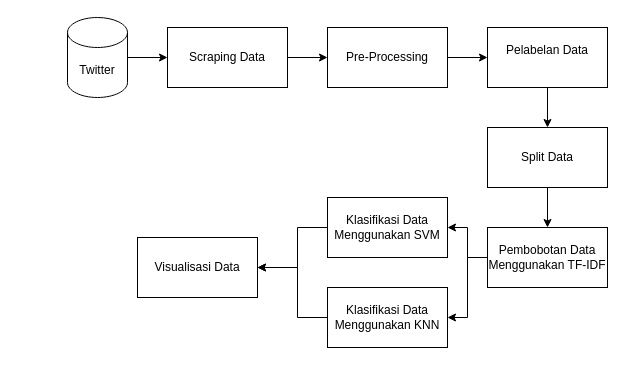
Before: page "Flowchart-Klasifikasi" (3 of 3) of File/Flowchart-Skripsi.drawio in ANZ007/skripsi, a draw.io diagram. Source tidied: cells renumbered, new cells numbered last; positions are measured from the earlier drawing's top-left corner, leaving out a move shared by most shapes. Both pictures are drawn from the tidied source at 100%, with x=0, y=0 at pixel (67, 17).
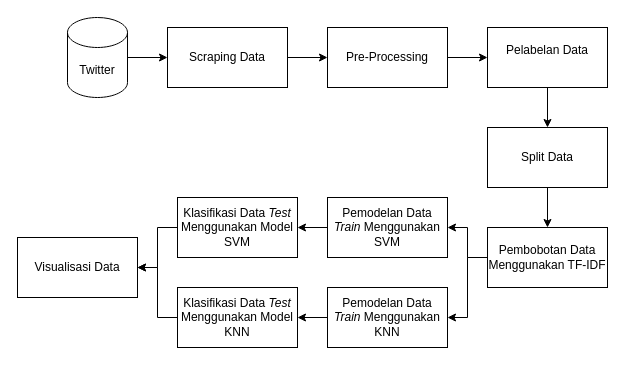
The same diagram, later.

Diff of the diagram source:
```diff
@@
     <mxCell id="13" value="Visualisasi Data" style="whiteSpace=wrap;html=1;fillColor=none;rounded=0;glass=0;gradientColor=none;" parent="1" vertex="1">
-      <mxGeometry x="70" y="220" width="120" height="60" as="geometry" />
+      <mxGeometry x="-50" y="220" width="120" height="60" as="geometry" />
     </mxCell>
-    <mxCell id="14" style="edgeStyle=orthogonalEdgeStyle;rounded=0;jettySize=auto;html=1;exitX=0;exitY=0.5;exitDx=0;exitDy=0;entryX=1;entryY=0.5;entryDx=0;entryDy=0;" parent="1" edge="1" source="15" target="13">
-      <mxGeometry relative="1" as="geometry">
-        <Array as="points">
-          <mxPoint x="230" y="210" />
-          <mxPoint x="230" y="250" />
-        </Array>
-      </mxGeometry>
-    </mxCell>
+    <mxCell id="20" style="edgeStyle=orthogonalEdgeStyle;rounded=0;jettySize=auto;html=1;" parent="1" edge="1" source="15" target="23">
+      <mxGeometry relative="1" as="geometry" />
+    </mxCell>
-    <mxCell id="15" value="Klasifikasi Data Menggunakan SVM" style="whiteSpace=wrap;html=1;fillColor=none;rounded=0;glass=0;gradientColor=none;" parent="1" vertex="1">
+    <mxCell id="15" value="Pemodelan Data &lt;i&gt;Train&lt;/i&gt; Menggunakan SVM" style="whiteSpace=wrap;html=1;fillColor=none;rounded=0;glass=0;gradientColor=none;" parent="1" vertex="1">
       <mxGeometry x="260" y="180" width="120" height="60" as="geometry" />
     </mxCell>
-    <mxCell id="16" style="edgeStyle=orthogonalEdgeStyle;rounded=0;jettySize=auto;html=1;" parent="1" edge="1" source="17">
-      <mxGeometry relative="1" as="geometry">
-        <mxPoint x="190" y="250" as="targetPoint" />
-        <Array as="points">
-          <mxPoint x="230" y="300" />
-          <mxPoint x="230" y="250" />
-        </Array>
-      </mxGeometry>
-    </mxCell>
+    <mxCell id="21" style="edgeStyle=orthogonalEdgeStyle;rounded=0;jettySize=auto;html=1;" parent="1" edge="1" source="17" target="25">
+      <mxGeometry relative="1" as="geometry" />
+    </mxCell>
-    <mxCell id="17" value="Klasifikasi Data Menggunakan KNN" style="whiteSpace=wrap;html=1;fillColor=none;rounded=0;glass=0;gradientColor=none;" parent="1" vertex="1">
+    <mxCell id="17" value="Pemodelan Data &lt;i&gt;Train&lt;/i&gt; Menggunakan KNN" style="whiteSpace=wrap;html=1;fillColor=none;rounded=0;glass=0;gradientColor=none;" parent="1" vertex="1">
       <mxGeometry x="260" y="270" width="120" height="60" as="geometry" />
     </mxCell>
@@
+    <mxCell id="22" style="edgeStyle=orthogonalEdgeStyle;rounded=0;jettySize=auto;html=1;entryX=1;entryY=0.5;entryDx=0;entryDy=0;" parent="1" edge="1" source="23" target="13">
+      <mxGeometry relative="1" as="geometry" />
+    </mxCell>
+    <mxCell id="23" value="Klasifikasi Data &lt;i&gt;Test&lt;/i&gt; Menggunakan Model SVM" style="whiteSpace=wrap;html=1;fillColor=none;rounded=0;glass=0;gradientColor=none;" parent="1" vertex="1">
+      <mxGeometry x="110" y="180" width="120" height="60" as="geometry" />
+    </mxCell>
+    <mxCell id="24" style="edgeStyle=orthogonalEdgeStyle;rounded=0;jettySize=auto;html=1;entryX=1;entryY=0.5;entryDx=0;entryDy=0;" parent="1" edge="1" source="25" target="13">
+      <mxGeometry relative="1" as="geometry" />
+    </mxCell>
+    <mxCell id="25" value="Klasifikasi Data &lt;i&gt;Test&lt;/i&gt; Menggunakan Model KNN" style="whiteSpace=wrap;html=1;fillColor=none;rounded=0;glass=0;gradientColor=none;" parent="1" vertex="1">
+      <mxGeometry x="110" y="270" width="120" height="60" as="geometry" />
+    </mxCell>
```
